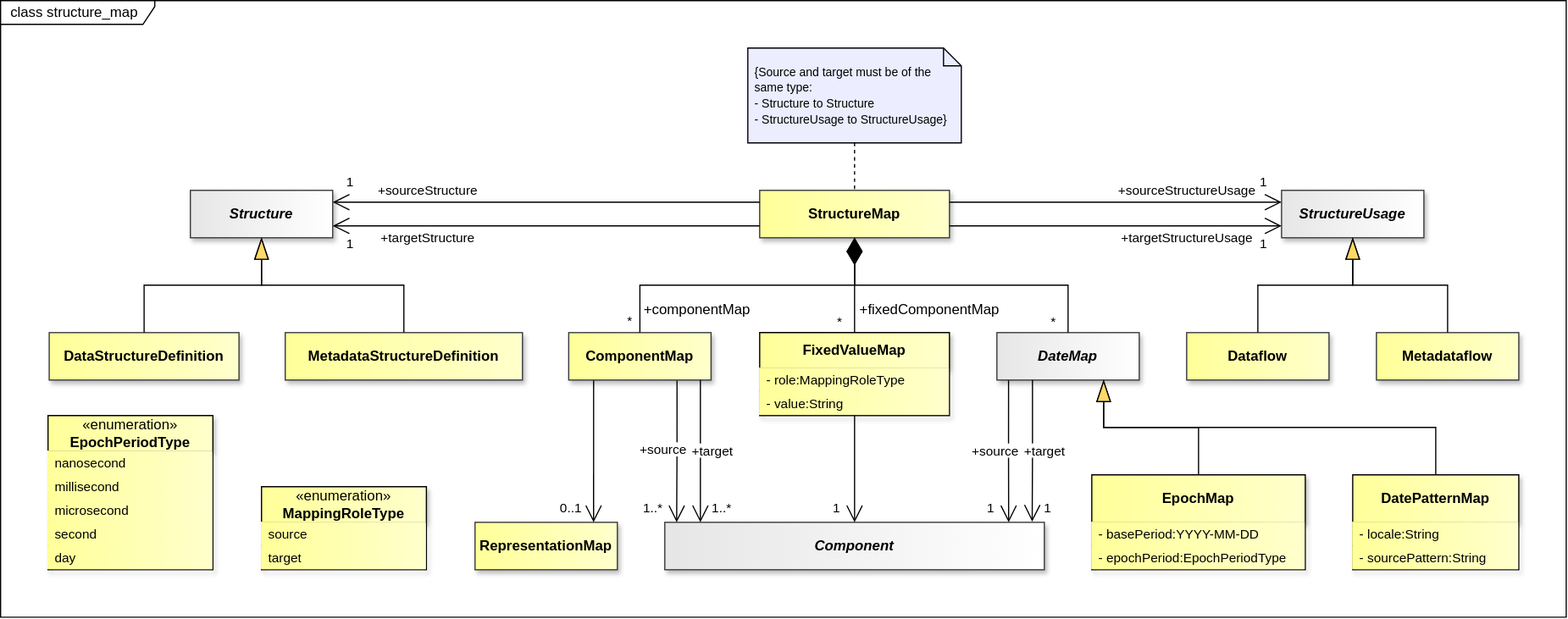
The draw.io diagram docs/information_model/media/sdmx_mapping-structure_map.svg in sdmx-twg/sdmx-im, before a commit. Source tidied: cells renumbered, new cells last; positions are measured from the earlier drawing's top-left corner, leaving out a move shared by most shapes.
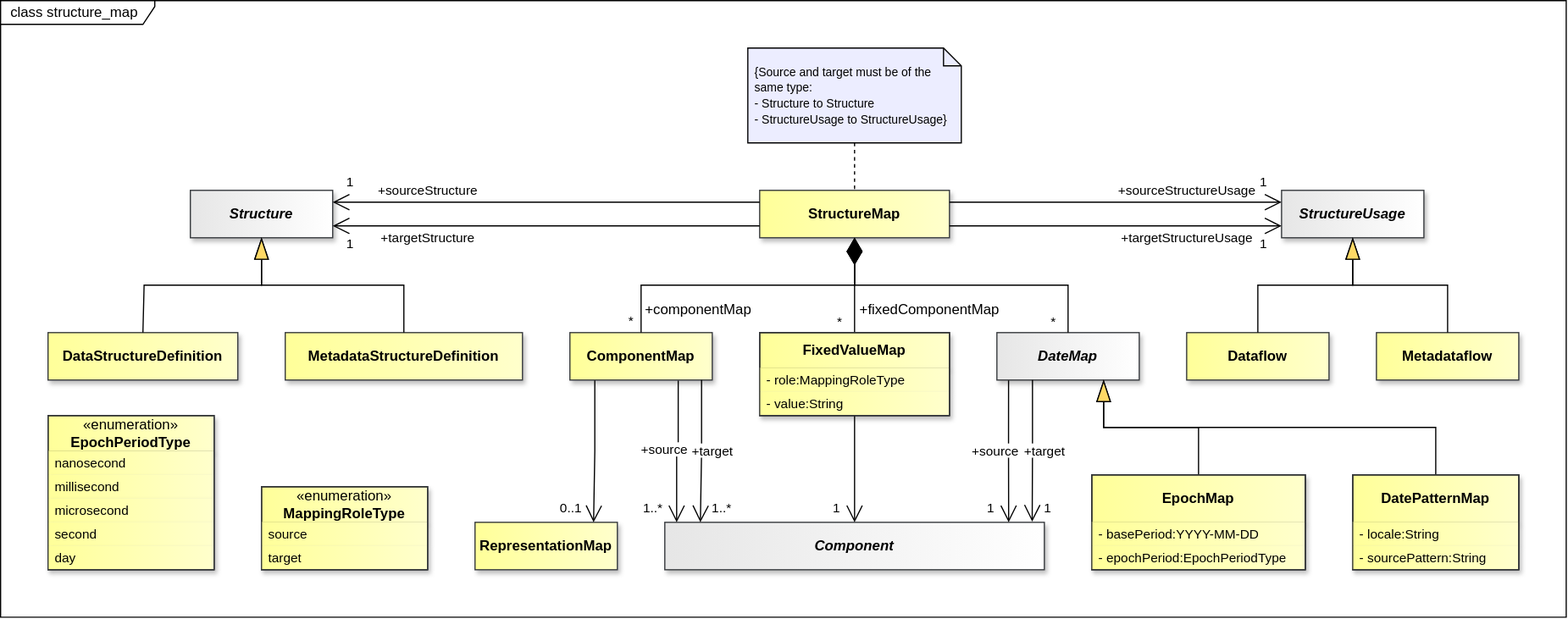
After the commit.

Diff of the diagram source:
```diff
@@ -258,18 +258,18 @@
       <mxGeometry x="240" y="280" width="200" height="40" as="geometry" />
     </mxCell>
     <mxCell id="87" value="&lt;span&gt;&lt;span&gt;DataStructureDefinition&lt;/span&gt;&lt;/span&gt;" style="whiteSpace=wrap;html=1;verticalAlign=middle;gradientDirection=east;imageVerticalAlign=top;fontStyle=1;fillColor=light-dark(#FFFF99,#FFFF99);strokeColor=#36393d;fontColor=light-dark(#000000,#000000);gradientColor=light-dark(#FFFFCC,#FFFFCC);shadow=1;" parent="1" vertex="1">
-      <mxGeometry x="41" y="280" width="160" height="40" as="geometry" />
+      <mxGeometry x="40" y="280" width="160" height="40" as="geometry" />
     </mxCell>
     <mxCell id="88" value="ComponentMap" style="whiteSpace=wrap;html=1;verticalAlign=middle;gradientDirection=east;imageVerticalAlign=top;fontStyle=1;fillColor=light-dark(#FFFF99,#FFFF99);strokeColor=#36393d;fontColor=light-dark(#000000,#000000);gradientColor=light-dark(#FFFFCC,#FFFFCC);shadow=1;" parent="1" vertex="1">
-      <mxGeometry x="479" y="280" width="120" height="40" as="geometry" />
+      <mxGeometry x="480" y="280" width="120" height="40" as="geometry" />
     </mxCell>
     <mxCell id="89" value="FixedValueMap" style="swimlane;fontStyle=1;align=center;verticalAlign=middle;horizontal=1;startSize=30;whiteSpace=wrap;html=1;fillColor=light-dark(#FFFF99,#FFFF99);strokeColor=light-dark(#000000,#000000);gradientDirection=east;swimlaneLine=1;fontColor=light-dark(#000000,#000000);labelBackgroundColor=none;textShadow=0;gradientColor=light-dark(#FFFFCC,#FFFFCC);shadow=1;" parent="1" vertex="1">
       <mxGeometry x="640" y="280" width="160" height="70" as="geometry" />
     </mxCell>
-    <mxCell id="90" value="- role:MappingRoleType" style="text;strokeColor=none;fillColor=light-dark(#FFFF99,#FFFF99);align=left;verticalAlign=middle;spacingLeft=4;spacingRight=4;overflow=hidden;whiteSpace=wrap;html=1;fontSize=11;gradientColor=light-dark(#FFFFCC,#FFFFCC);gradientDirection=east;fontColor=light-dark(#000000,#000000);strokeWidth=0;" parent="89" vertex="1">
+    <mxCell id="90" value="- role:MappingRoleType" style="text;strokeColor=none;fillColor=light-dark(#FFFF99,#FFFF99);align=left;verticalAlign=middle;spacingLeft=4;spacingRight=4;overflow=hidden;whiteSpace=wrap;html=1;fontSize=11;gradientColor=light-dark(#FFFFCC,#FFFFCC);gradientDirection=east;fontColor=light-dark(#000000,#000000);strokeWidth=0;shadow=1;" parent="89" vertex="1">
       <mxGeometry y="30" width="160" height="20" as="geometry" />
     </mxCell>
-    <mxCell id="91" value="- value:String" style="text;strokeColor=none;fillColor=light-dark(#FFFF99,#FFFF99);align=left;verticalAlign=middle;spacingLeft=4;spacingRight=4;overflow=hidden;whiteSpace=wrap;html=1;fontSize=11;gradientColor=light-dark(#FFFFCC,#FFFFCC);gradientDirection=east;fontColor=light-dark(#000000,#000000);strokeWidth=0;" parent="89" vertex="1">
+    <mxCell id="91" value="- value:String" style="text;strokeColor=none;fillColor=light-dark(#FFFF99,#FFFF99);align=left;verticalAlign=middle;spacingLeft=4;spacingRight=4;overflow=hidden;whiteSpace=wrap;html=1;fontSize=11;gradientColor=light-dark(#FFFFCC,#FFFFCC);gradientDirection=east;fontColor=light-dark(#000000,#000000);strokeWidth=0;shadow=1;" parent="89" vertex="1">
       <mxGeometry y="50" width="160" height="20" as="geometry" />
     </mxCell>
     <mxCell id="92" value="DateMap" style="whiteSpace=wrap;html=1;verticalAlign=middle;gradientDirection=east;imageVerticalAlign=top;fontStyle=3;fillColor=light-dark(#E6E6E6,#E6E6E6);strokeColor=#36393d;fontColor=light-dark(#000000,#000000);gradientColor=light-dark(#FFFFFF,#FFFFFF);shadow=1;" parent="1" vertex="1">
@@ -386,31 +386,31 @@
       </mxGeometry>
     </mxCell>
     <mxCell id="115" value="&lt;span style=&quot;font-weight: normal;&quot;&gt;«enumeration»&lt;/span&gt;&lt;br&gt;EpochPeriodType" style="swimlane;fontStyle=1;align=center;verticalAlign=middle;horizontal=1;startSize=30;whiteSpace=wrap;html=1;fillColor=light-dark(#FFFF99,#FFFF99);strokeColor=light-dark(#000000,#000000);gradientDirection=east;swimlaneLine=1;fontColor=light-dark(#000000,#000000);labelBackgroundColor=none;textShadow=0;gradientColor=light-dark(#FFFFCC,#FFFFCC);shadow=1;" parent="1" vertex="1">
-      <mxGeometry x="40" y="350" width="139" height="130" as="geometry" />
+      <mxGeometry x="40" y="350" width="140" height="130" as="geometry" />
     </mxCell>
-    <mxCell id="116" value="nanosecond" style="text;strokeColor=none;fillColor=light-dark(#FFFF99,#FFFF99);align=left;verticalAlign=middle;spacingLeft=4;spacingRight=4;overflow=hidden;whiteSpace=wrap;html=1;fontFamily=Helvetica;fontSize=11;fontColor=light-dark(#000000,#000000);gradientColor=light-dark(#FFFFCC,#FFFFCC);gradientDirection=east;" parent="115" vertex="1">
-      <mxGeometry y="30" width="139" height="20" as="geometry" />
+    <mxCell id="116" value="nanosecond" style="text;strokeColor=none;fillColor=light-dark(#FFFF99,#FFFF99);align=left;verticalAlign=middle;spacingLeft=4;spacingRight=4;overflow=hidden;whiteSpace=wrap;html=1;fontFamily=Helvetica;fontSize=11;fontColor=light-dark(#000000,#000000);gradientColor=light-dark(#FFFFCC,#FFFFCC);gradientDirection=east;shadow=1;" parent="115" vertex="1">
+      <mxGeometry y="30" width="140" height="20" as="geometry" />
     </mxCell>
-    <mxCell id="117" value="millisecond" style="text;strokeColor=none;fillColor=light-dark(#FFFF99,#FFFF99);align=left;verticalAlign=middle;spacingLeft=4;spacingRight=4;overflow=hidden;whiteSpace=wrap;html=1;fontFamily=Helvetica;fontSize=11;fontColor=light-dark(#000000,#000000);gradientColor=light-dark(#FFFFCC,#FFFFCC);gradientDirection=east;" parent="115" vertex="1">
-      <mxGeometry y="50" width="139" height="20" as="geometry" />
+    <mxCell id="117" value="millisecond" style="text;strokeColor=none;fillColor=light-dark(#FFFF99,#FFFF99);align=left;verticalAlign=middle;spacingLeft=4;spacingRight=4;overflow=hidden;whiteSpace=wrap;html=1;fontFamily=Helvetica;fontSize=11;fontColor=light-dark(#000000,#000000);gradientColor=light-dark(#FFFFCC,#FFFFCC);gradientDirection=east;shadow=1;" parent="115" vertex="1">
+      <mxGeometry y="50" width="140" height="20" as="geometry" />
     </mxCell>
-    <mxCell id="118" value="microsecond" style="text;strokeColor=none;fillColor=light-dark(#FFFF99,#FFFF99);align=left;verticalAlign=middle;spacingLeft=4;spacingRight=4;overflow=hidden;whiteSpace=wrap;html=1;fontFamily=Helvetica;fontSize=11;fontColor=light-dark(#000000,#000000);gradientColor=light-dark(#FFFFCC,#FFFFCC);gradientDirection=east;" parent="115" vertex="1">
-      <mxGeometry y="70" width="139" height="20" as="geometry" />
+    <mxCell id="118" value="microsecond" style="text;strokeColor=none;fillColor=light-dark(#FFFF99,#FFFF99);align=left;verticalAlign=middle;spacingLeft=4;spacingRight=4;overflow=hidden;whiteSpace=wrap;html=1;fontFamily=Helvetica;fontSize=11;fontColor=light-dark(#000000,#000000);gradientColor=light-dark(#FFFFCC,#FFFFCC);gradientDirection=east;shadow=1;" parent="115" vertex="1">
+      <mxGeometry y="70" width="140" height="20" as="geometry" />
     </mxCell>
-    <mxCell id="119" value="second" style="text;strokeColor=none;fillColor=light-dark(#FFFF99,#FFFF99);align=left;verticalAlign=middle;spacingLeft=4;spacingRight=4;overflow=hidden;whiteSpace=wrap;html=1;fontFamily=Helvetica;fontSize=11;fontColor=light-dark(#000000,#000000);gradientColor=light-dark(#FFFFCC,#FFFFCC);gradientDirection=east;" parent="115" vertex="1">
-      <mxGeometry y="90" width="139" height="20" as="geometry" />
+    <mxCell id="119" value="second" style="text;strokeColor=none;fillColor=light-dark(#FFFF99,#FFFF99);align=left;verticalAlign=middle;spacingLeft=4;spacingRight=4;overflow=hidden;whiteSpace=wrap;html=1;fontFamily=Helvetica;fontSize=11;fontColor=light-dark(#000000,#000000);gradientColor=light-dark(#FFFFCC,#FFFFCC);gradientDirection=east;shadow=1;" parent="115" vertex="1">
+      <mxGeometry y="90" width="140" height="20" as="geometry" />
     </mxCell>
-    <mxCell id="120" value="day" style="text;strokeColor=none;fillColor=light-dark(#FFFF99,#FFFF99);align=left;verticalAlign=middle;spacingLeft=4;spacingRight=4;overflow=hidden;whiteSpace=wrap;html=1;fontFamily=Helvetica;fontSize=11;fontColor=light-dark(#000000,#000000);gradientColor=light-dark(#FFFFCC,#FFFFCC);gradientDirection=east;" parent="115" vertex="1">
-      <mxGeometry y="110" width="139" height="20" as="geometry" />
+    <mxCell id="120" value="day" style="text;strokeColor=none;fillColor=light-dark(#FFFF99,#FFFF99);align=left;verticalAlign=middle;spacingLeft=4;spacingRight=4;overflow=hidden;whiteSpace=wrap;html=1;fontFamily=Helvetica;fontSize=11;fontColor=light-dark(#000000,#000000);gradientColor=light-dark(#FFFFCC,#FFFFCC);gradientDirection=east;shadow=1;" parent="115" vertex="1">
+      <mxGeometry y="110" width="140" height="20" as="geometry" />
     </mxCell>
     <mxCell id="121" value="&lt;span style=&quot;font-weight: normal;&quot;&gt;«enumeration»&lt;/span&gt;&lt;br&gt;MappingRoleType" style="swimlane;fontStyle=1;align=center;verticalAlign=middle;horizontal=1;startSize=30;whiteSpace=wrap;html=1;fillColor=light-dark(#FFFF99,#FFFF99);strokeColor=light-dark(#000000,#000000);gradientDirection=east;swimlaneLine=1;fontColor=light-dark(#000000,#000000);labelBackgroundColor=none;textShadow=0;gradientColor=light-dark(#FFFFCC,#FFFFCC);shadow=1;" parent="1" vertex="1">
-      <mxGeometry x="220" y="410" width="139" height="70" as="geometry" />
+      <mxGeometry x="220" y="410" width="140" height="70" as="geometry" />
     </mxCell>
-    <mxCell id="122" value="source" style="text;strokeColor=none;fillColor=light-dark(#FFFF99,#FFFF99);align=left;verticalAlign=middle;spacingLeft=4;spacingRight=4;overflow=hidden;whiteSpace=wrap;html=1;fontFamily=Helvetica;fontSize=11;fontColor=light-dark(#000000,#000000);gradientColor=light-dark(#FFFFCC,#FFFFCC);gradientDirection=east;" parent="121" vertex="1">
-      <mxGeometry y="30" width="139" height="20" as="geometry" />
+    <mxCell id="122" value="source" style="text;strokeColor=none;fillColor=light-dark(#FFFF99,#FFFF99);align=left;verticalAlign=middle;spacingLeft=4;spacingRight=4;overflow=hidden;whiteSpace=wrap;html=1;fontFamily=Helvetica;fontSize=11;fontColor=light-dark(#000000,#000000);gradientColor=light-dark(#FFFFCC,#FFFFCC);gradientDirection=east;shadow=1;" parent="121" vertex="1">
+      <mxGeometry y="30" width="140" height="20" as="geometry" />
     </mxCell>
-    <mxCell id="123" value="target" style="text;strokeColor=none;fillColor=light-dark(#FFFF99,#FFFF99);align=left;verticalAlign=middle;spacingLeft=4;spacingRight=4;overflow=hidden;whiteSpace=wrap;html=1;fontFamily=Helvetica;fontSize=11;fontColor=light-dark(#000000,#000000);gradientColor=light-dark(#FFFFCC,#FFFFCC);gradientDirection=east;" parent="121" vertex="1">
-      <mxGeometry y="50" width="139" height="20" as="geometry" />
+    <mxCell id="123" value="target" style="text;strokeColor=none;fillColor=light-dark(#FFFF99,#FFFF99);align=left;verticalAlign=middle;spacingLeft=4;spacingRight=4;overflow=hidden;whiteSpace=wrap;html=1;fontFamily=Helvetica;fontSize=11;fontColor=light-dark(#000000,#000000);gradientColor=light-dark(#FFFFCC,#FFFFCC);gradientDirection=east;shadow=1;" parent="121" vertex="1">
+      <mxGeometry y="50" width="140" height="20" as="geometry" />
     </mxCell>
     <mxCell id="124" value="RepresentationMap" style="whiteSpace=wrap;html=1;verticalAlign=middle;gradientDirection=east;imageVerticalAlign=top;fontStyle=1;fillColor=light-dark(#FFFF99,#FFFF99);strokeColor=#36393d;fontColor=light-dark(#000000,#000000);gradientColor=light-dark(#FFFFCC,#FFFFCC);shadow=1;" parent="1" vertex="1">
       <mxGeometry x="400" y="440" width="120" height="40" as="geometry" />
@@ -421,19 +421,19 @@
     <mxCell id="126" value="EpochMap" style="swimlane;fontStyle=1;align=center;verticalAlign=middle;horizontal=1;startSize=40;whiteSpace=wrap;html=1;fillColor=light-dark(#FFFF99,#FFFF99);strokeColor=light-dark(#000000,#000000);gradientDirection=east;swimlaneLine=1;fontColor=light-dark(#000000,#000000);labelBackgroundColor=none;textShadow=0;gradientColor=light-dark(#FFFFCC,#FFFFCC);shadow=1;" parent="1" vertex="1">
       <mxGeometry x="920" y="400" width="180" height="80" as="geometry" />
     </mxCell>
-    <mxCell id="127" value="- basePeriod:YYYY-MM-DD" style="text;strokeColor=none;fillColor=light-dark(#FFFF99,#FFFF99);align=left;verticalAlign=middle;spacingLeft=4;spacingRight=4;overflow=hidden;whiteSpace=wrap;html=1;fontFamily=Helvetica;fontSize=11;fontColor=light-dark(#000000,#000000);gradientColor=light-dark(#FFFFCC,#FFFFCC);gradientDirection=east;" parent="126" vertex="1">
+    <mxCell id="127" value="- basePeriod:YYYY-MM-DD" style="text;strokeColor=none;fillColor=light-dark(#FFFF99,#FFFF99);align=left;verticalAlign=middle;spacingLeft=4;spacingRight=4;overflow=hidden;whiteSpace=wrap;html=1;fontFamily=Helvetica;fontSize=11;fontColor=light-dark(#000000,#000000);gradientColor=light-dark(#FFFFCC,#FFFFCC);gradientDirection=east;shadow=1;" parent="126" vertex="1">
       <mxGeometry y="40" width="180" height="20" as="geometry" />
     </mxCell>
-    <mxCell id="128" value="- epochPeriod:EpochPeriodType" style="text;strokeColor=none;fillColor=light-dark(#FFFF99,#FFFF99);align=left;verticalAlign=middle;spacingLeft=4;spacingRight=4;overflow=hidden;whiteSpace=wrap;html=1;fontFamily=Helvetica;fontSize=11;fontColor=light-dark(#000000,#000000);gradientColor=light-dark(#FFFFCC,#FFFFCC);gradientDirection=east;" parent="126" vertex="1">
+    <mxCell id="128" value="- epochPeriod:EpochPeriodType" style="text;strokeColor=none;fillColor=light-dark(#FFFF99,#FFFF99);align=left;verticalAlign=middle;spacingLeft=4;spacingRight=4;overflow=hidden;whiteSpace=wrap;html=1;fontFamily=Helvetica;fontSize=11;fontColor=light-dark(#000000,#000000);gradientColor=light-dark(#FFFFCC,#FFFFCC);gradientDirection=east;shadow=1;" parent="126" vertex="1">
       <mxGeometry y="60" width="180" height="20" as="geometry" />
     </mxCell>
     <mxCell id="129" value="DatePatternMap" style="swimlane;fontStyle=1;align=center;verticalAlign=middle;horizontal=1;startSize=40;whiteSpace=wrap;html=1;fillColor=light-dark(#FFFF99,#FFFF99);strokeColor=light-dark(#000000,#000000);gradientDirection=east;swimlaneLine=1;fontColor=light-dark(#000000,#000000);labelBackgroundColor=none;textShadow=0;gradientColor=light-dark(#FFFFCC,#FFFFCC);shadow=1;" parent="1" vertex="1">
       <mxGeometry x="1140" y="400" width="140" height="80" as="geometry" />
     </mxCell>
-    <mxCell id="130" value="- locale:String" style="text;strokeColor=none;fillColor=light-dark(#FFFF99,#FFFF99);align=left;verticalAlign=middle;spacingLeft=4;spacingRight=4;overflow=hidden;whiteSpace=wrap;html=1;fontFamily=Helvetica;fontSize=11;fontColor=light-dark(#000000,#000000);gradientColor=light-dark(#FFFFCC,#FFFFCC);gradientDirection=east;" parent="129" vertex="1">
+    <mxCell id="130" value="- locale:String" style="text;strokeColor=none;fillColor=light-dark(#FFFF99,#FFFF99);align=left;verticalAlign=middle;spacingLeft=4;spacingRight=4;overflow=hidden;whiteSpace=wrap;html=1;fontFamily=Helvetica;fontSize=11;fontColor=light-dark(#000000,#000000);gradientColor=light-dark(#FFFFCC,#FFFFCC);gradientDirection=east;shadow=1;" parent="129" vertex="1">
       <mxGeometry y="40" width="140" height="20" as="geometry" />
     </mxCell>
-    <mxCell id="131" value="- sourcePattern:String" style="text;strokeColor=none;fillColor=light-dark(#FFFF99,#FFFF99);align=left;verticalAlign=middle;spacingLeft=4;spacingRight=4;overflow=hidden;whiteSpace=wrap;html=1;fontFamily=Helvetica;fontSize=11;fontColor=light-dark(#000000,#000000);gradientColor=light-dark(#FFFFCC,#FFFFCC);gradientDirection=east;" parent="129" vertex="1">
+    <mxCell id="131" value="- sourcePattern:String" style="text;strokeColor=none;fillColor=light-dark(#FFFF99,#FFFF99);align=left;verticalAlign=middle;spacingLeft=4;spacingRight=4;overflow=hidden;whiteSpace=wrap;html=1;fontFamily=Helvetica;fontSize=11;fontColor=light-dark(#000000,#000000);gradientColor=light-dark(#FFFFCC,#FFFFCC);gradientDirection=east;shadow=1;" parent="129" vertex="1">
       <mxGeometry y="60" width="140" height="20" as="geometry" />
     </mxCell>
     <mxCell id="132" style="endArrow=blockThin;endSize=16;endFill=1;html=1;rounded=0;entryX=0.75;entryY=1;entryDx=0;entryDy=0;exitX=0.5;exitY=0;exitDx=0;exitDy=0;startFill=0;endFillColor=light-dark(#FFD966,#FFD966);strokeColor=light-dark(#000000,#FFFFFF);startFillColor=light-dark(#000000,#FFFFFF);labelBackgroundColor=none;labelBorderColor=light-dark(#000000,#FFFFFF);" parent="1" edge="1" source="129" target="92">
@@ -508,5 +508,20 @@
         <mxPoint x="8" y="-25" as="offset" />
       </mxGeometry>
     </mxCell>
+    <mxCell id="146" style="rounded=0;whiteSpace=wrap;html=1;fillColor=none;strokeColor=#36393D;" parent="1" vertex="1">
+      <mxGeometry x="40" y="350" width="140" height="130" as="geometry" />
+    </mxCell>
+    <mxCell id="147" style="rounded=0;whiteSpace=wrap;html=1;fillColor=none;strokeColor=#36393D;" parent="1" vertex="1">
+      <mxGeometry x="220" y="410" width="140" height="70" as="geometry" />
+    </mxCell>
+    <mxCell id="148" style="rounded=0;whiteSpace=wrap;html=1;fillColor=none;strokeColor=#36393D;" parent="1" vertex="1">
+      <mxGeometry x="640" y="280" width="160" height="70" as="geometry" />
+    </mxCell>
+    <mxCell id="149" style="rounded=0;whiteSpace=wrap;html=1;fillColor=none;strokeColor=#36393D;" parent="1" vertex="1">
+      <mxGeometry x="920" y="400" width="180" height="80" as="geometry" />
+    </mxCell>
+    <mxCell id="150" style="rounded=0;whiteSpace=wrap;html=1;fillColor=none;strokeColor=#36393D;" parent="1" vertex="1">
+      <mxGeometry x="1140" y="400" width="140" height="80" as="geometry" />
+    </mxCell>
   </root>
 </mxGraphModel>
```
